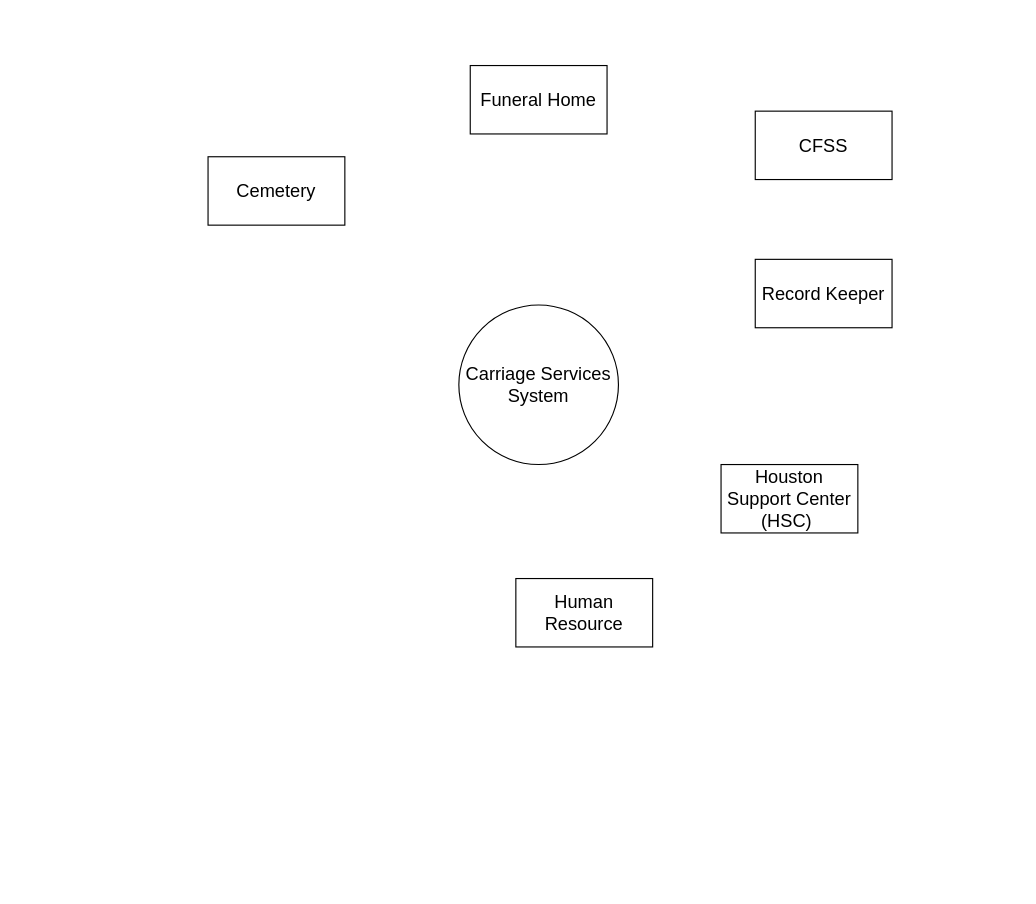
Above: page "DFD-0-CombinedSystem" (7 of 11) of Untitled Diagram.drawio in Buddhika-Pathirathna/DiagramsRepo (draw.io), before the change. Source tidied: cells renumbered, new cells numbered last; positions are measured from the earlier drawing's top-left corner, leaving out a move shared by most shapes. Both pictures are drawn from the tidied source at 114%, with x=0, y=0 at pixel (207, 65).
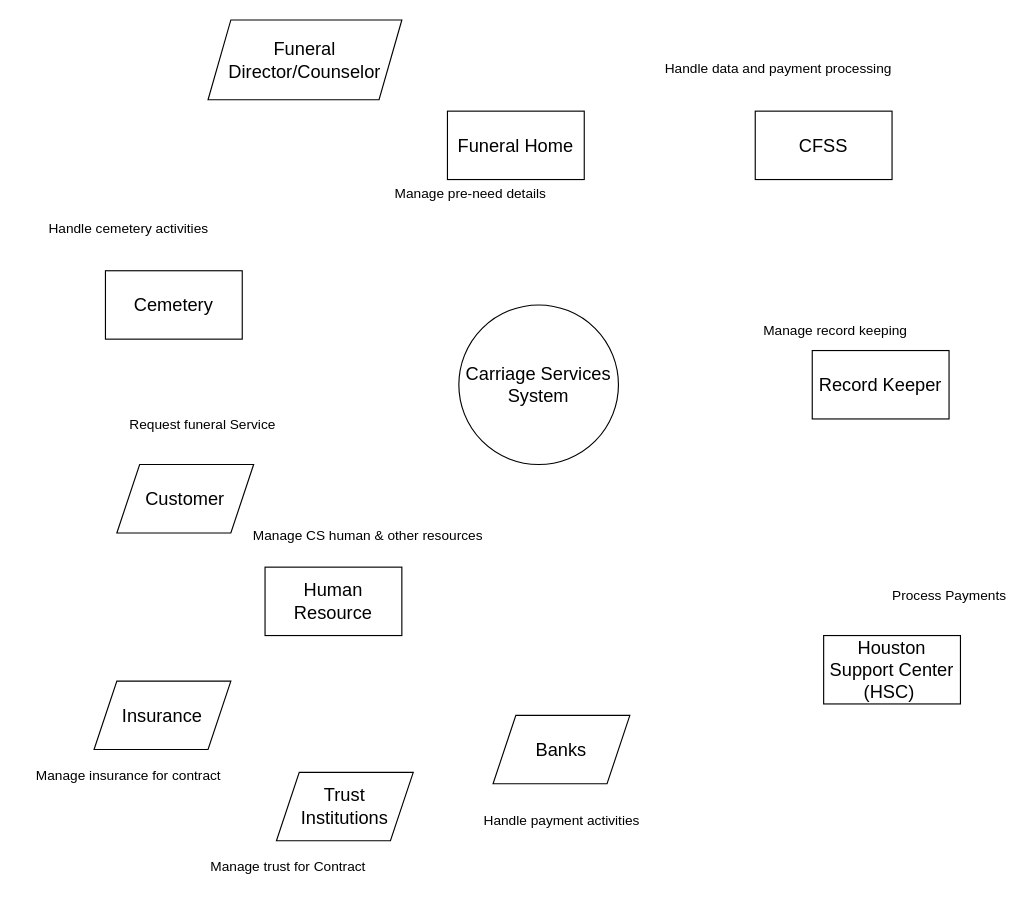
After the change.

Diff of the diagram source:
```diff
@@
     <mxCell id="4" value="&lt;font style=&quot;font-size: 16px;&quot;&gt;Record Keeper&lt;/font&gt;" style="rounded=0;whiteSpace=wrap;html=1;" parent="1" vertex="1">
-      <mxGeometry x="480" y="170" width="120" height="60" as="geometry" />
+      <mxGeometry x="530" y="250" width="120" height="60" as="geometry" />
     </mxCell>
     <mxCell id="5" value="&lt;font style=&quot;font-size: 16px;&quot;&gt;Houston Support Center (HSC)&amp;nbsp;&lt;/font&gt;" style="rounded=0;whiteSpace=wrap;html=1;" parent="1" vertex="1">
-      <mxGeometry x="450" y="350" width="120" height="60" as="geometry" />
+      <mxGeometry x="540" y="500" width="120" height="60" as="geometry" />
     </mxCell>
     <mxCell id="6" value="&lt;font style=&quot;font-size: 16px;&quot;&gt;Human Resource&lt;/font&gt;" style="rounded=0;whiteSpace=wrap;html=1;" parent="1" vertex="1">
-      <mxGeometry x="270" y="450" width="120" height="60" as="geometry" />
+      <mxGeometry x="50" y="440" width="120" height="60" as="geometry" />
     </mxCell>
     <mxCell id="7" value="&lt;font style=&quot;font-size: 16px;&quot;&gt;Funeral Home&lt;/font&gt;" style="rounded=0;whiteSpace=wrap;html=1;" parent="1" vertex="1">
-      <mxGeometry x="230" width="120" height="60" as="geometry" />
+      <mxGeometry x="210" y="40" width="120" height="60" as="geometry" />
     </mxCell>
     <mxCell id="8" value="&lt;font style=&quot;font-size: 16px;&quot;&gt;Cemetery&lt;/font&gt;" style="rounded=0;whiteSpace=wrap;html=1;" parent="1" vertex="1">
-      <mxGeometry y="80" width="120" height="60" as="geometry" />
+      <mxGeometry x="-90" y="180" width="120" height="60" as="geometry" />
     </mxCell>
+    <mxCell id="9" value="&lt;font style=&quot;font-size: 16px;&quot;&gt;Customer&lt;/font&gt;" style="shape=parallelogram;perimeter=parallelogramPerimeter;whiteSpace=wrap;html=1;fixedSize=1;" parent="1" vertex="1">
+      <mxGeometry x="-80" y="350" width="120" height="60" as="geometry" />
+    </mxCell>
+    <mxCell id="10" value="&lt;font style=&quot;font-size: 16px;&quot;&gt;Insurance&lt;/font&gt;" style="shape=parallelogram;perimeter=parallelogramPerimeter;whiteSpace=wrap;html=1;fixedSize=1;" parent="1" vertex="1">
+      <mxGeometry x="-100" y="540" width="120" height="60" as="geometry" />
+    </mxCell>
+    <mxCell id="11" value="&lt;font style=&quot;font-size: 16px;&quot;&gt;Banks&lt;/font&gt;" style="shape=parallelogram;perimeter=parallelogramPerimeter;whiteSpace=wrap;html=1;fixedSize=1;" parent="1" vertex="1">
+      <mxGeometry x="250" y="570" width="120" height="60" as="geometry" />
+    </mxCell>
+    <mxCell id="12" value="&lt;font style=&quot;font-size: 16px;&quot;&gt;Funeral Director/Counselor&lt;/font&gt;" style="shape=parallelogram;perimeter=parallelogramPerimeter;whiteSpace=wrap;html=1;fixedSize=1;" parent="1" vertex="1">
+      <mxGeometry y="-40" width="170" height="70" as="geometry" />
+    </mxCell>
+    <mxCell id="13" value="&lt;font style=&quot;font-size: 16px;&quot;&gt;Trust&lt;br&gt;Institutions&lt;/font&gt;" style="shape=parallelogram;perimeter=parallelogramPerimeter;whiteSpace=wrap;html=1;fixedSize=1;" parent="1" vertex="1">
+      <mxGeometry x="60" y="620" width="120" height="60" as="geometry" />
+    </mxCell>
+    <mxCell id="14" value="Request funeral Service" style="text;html=1;align=center;verticalAlign=middle;strokeColor=none;fillColor=none;" parent="1" vertex="1">
+      <mxGeometry x="-80" y="300" width="150" height="30" as="geometry" />
+    </mxCell>
+    <mxCell id="15" value="Process Payments" style="text;html=1;align=center;verticalAlign=middle;strokeColor=none;fillColor=none;" parent="1" vertex="1">
+      <mxGeometry x="590" y="450" width="120" height="30" as="geometry" />
+    </mxCell>
+    <mxCell id="16" value="Handle data and payment processing" style="text;html=1;align=center;verticalAlign=middle;strokeColor=none;fillColor=none;" parent="1" vertex="1">
+      <mxGeometry x="390" y="-12" width="220" height="30" as="geometry" />
+    </mxCell>
+    <mxCell id="17" value="Manage record keeping" style="text;html=1;align=center;verticalAlign=middle;strokeColor=none;fillColor=none;" parent="1" vertex="1">
+      <mxGeometry x="475" y="218" width="150" height="30" as="geometry" />
+    </mxCell>
+    <mxCell id="18" value="Manage CS human &amp;amp; other resources" style="text;html=1;align=center;verticalAlign=middle;strokeColor=none;fillColor=none;" parent="1" vertex="1">
+      <mxGeometry x="30" y="398" width="220" height="30" as="geometry" />
+    </mxCell>
+    <mxCell id="19" value="Manage insurance for contract" style="text;html=1;align=center;verticalAlign=middle;strokeColor=none;fillColor=none;" parent="1" vertex="1">
+      <mxGeometry x="-165" y="608" width="190" height="30" as="geometry" />
+    </mxCell>
+    <mxCell id="20" value="Manage trust for Contract" style="text;html=1;align=center;verticalAlign=middle;strokeColor=none;fillColor=none;" parent="1" vertex="1">
+      <mxGeometry x="-10" y="688" width="160" height="30" as="geometry" />
+    </mxCell>
+    <mxCell id="21" value="Handle payment activities" style="text;html=1;align=center;verticalAlign=middle;strokeColor=none;fillColor=none;" parent="1" vertex="1">
+      <mxGeometry x="230" y="648" width="160" height="30" as="geometry" />
+    </mxCell>
+    <mxCell id="22" value="Handle cemetery activities" style="text;html=1;align=center;verticalAlign=middle;strokeColor=none;fillColor=none;" parent="1" vertex="1">
+      <mxGeometry x="-150" y="128" width="160" height="30" as="geometry" />
+    </mxCell>
+    <mxCell id="23" value="Manage pre-need details" style="text;html=1;align=center;verticalAlign=middle;strokeColor=none;fillColor=none;" parent="1" vertex="1">
+      <mxGeometry x="150" y="98" width="160" height="30" as="geometry" />
+    </mxCell>
```
